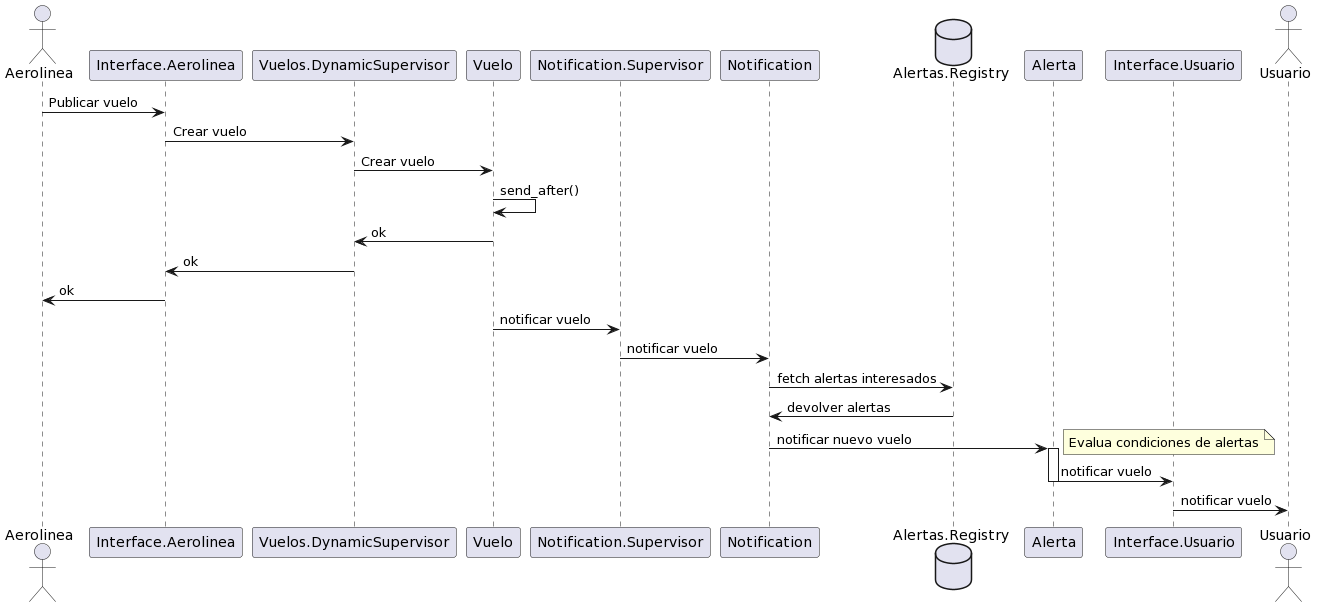
This is diagrams/Secuencia Publicar Vuelo.png from NicoMadd/levantar-vuelo, a PlantUML export, as it was before one commit.
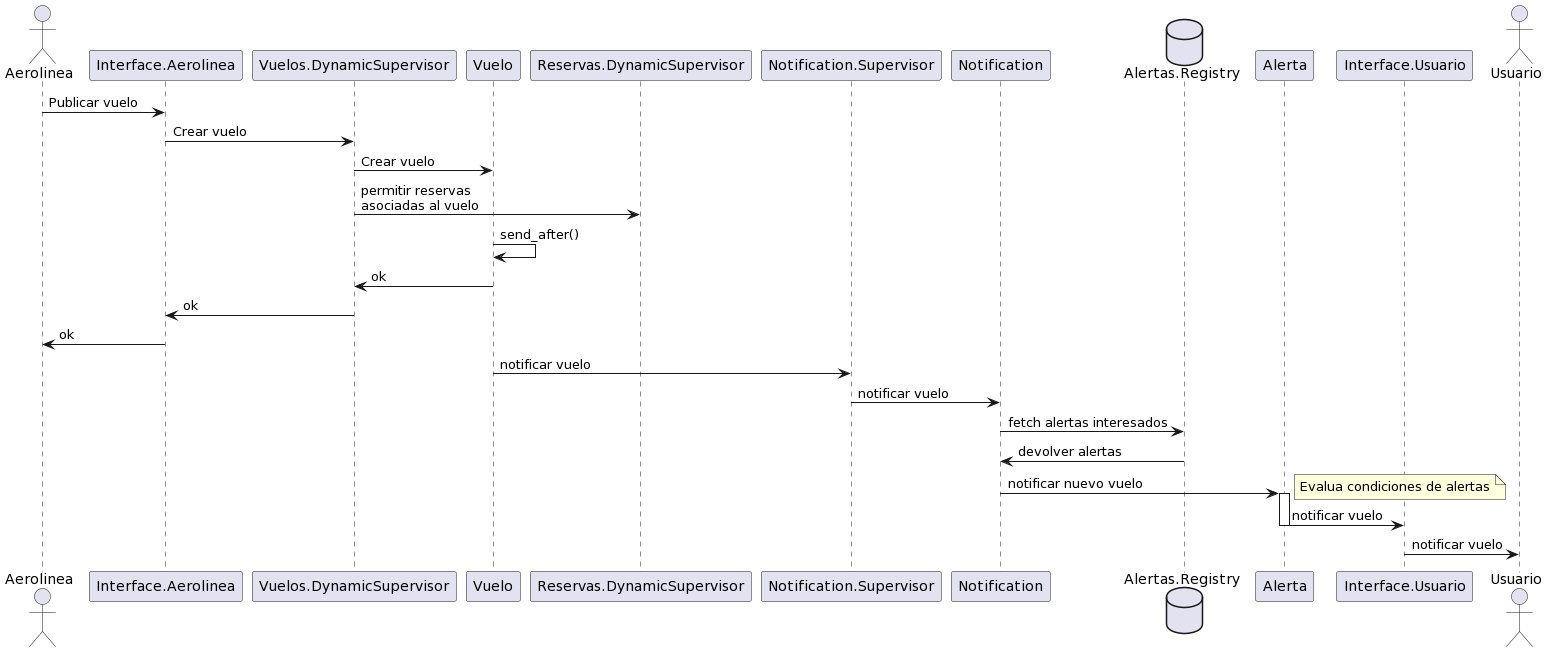
After the change.

Commit message:
actualizo los diferentes diagramas de secuencia

The edit, as a diff of the source:
```diff
@@ -3,6 +3,7 @@
 participant Interface.Aerolinea
 participant Vuelos.DynamicSupervisor
 participant Vuelo
+participant Reservas.DynamicSupervisor
 participant Notification.Supervisor
 participant Notification
 database Alertas.Registry
@@ -13,6 +14,7 @@
 Aerolinea -> "Interface.Aerolinea": Publicar vuelo
 "Interface.Aerolinea" -> Vuelos.DynamicSupervisor: Crear vuelo
 Vuelos.DynamicSupervisor -> Vuelo: Crear vuelo
+Vuelos.DynamicSupervisor -> Reservas.DynamicSupervisor: permitir reservas\nasociadas al vuelo
 Vuelo -> Vuelo: send_after()
 Vuelo -> Vuelos.DynamicSupervisor: ok
 Vuelos.DynamicSupervisor -> Interface.Aerolinea: ok
```
